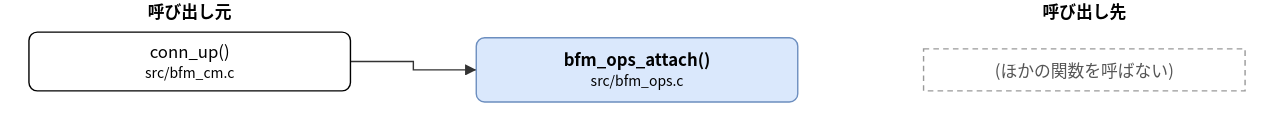
hf355051012-ai/bfmem keeps this draw.io diagram as doc/spec/images/call_src_bfm_ops-bfm_ops_attach.drawio.svg. Above is the earlier version. Source tidied: cells renumbered, new cells last; positions are measured from the earlier drawing's top-left corner, leaving out a move shared by most shapes. Its diagram source:
```xml
<mxGraphModel>
  <root>
    <mxCell id="0" />
    <mxCell id="1" parent="0" />
    <mxCell id="2" value="bfm_ops_attach()&lt;br&gt;&lt;font style=&quot;font-size:10px&quot;&gt;src/bfm_ops.c&lt;/font&gt;" style="rounded=1;whiteSpace=wrap;html=1;fillColor=#dae8fc;strokeColor=#6c8ebf;fontStyle=1;" parent="1" vertex="1">
      <mxGeometry x="320" y="27" width="230" height="46" as="geometry" />
    </mxCell>
    <mxCell id="3" value="conn_up()&lt;br&gt;&lt;font style=&quot;font-size:10px&quot;&gt;src/bfm_cm.c&lt;/font&gt;" style="rounded=1;whiteSpace=wrap;html=1;" parent="1" vertex="1">
      <mxGeometry y="23" width="230" height="42" as="geometry" />
    </mxCell>
    <mxCell id="4" value="(ほかの関数を呼ばない)" style="rounded=0;whiteSpace=wrap;html=1;dashed=1;strokeColor=#999999;fontColor=#555555;dashed=1;" parent="1" vertex="1">
      <mxGeometry x="640" y="35" width="230" height="30" as="geometry" />
    </mxCell>
    <mxCell id="5" style="edgeStyle=none;html=1;rounded=0;endArrow=block;endFill=1;exitX=1.0000;exitY=0.5000;exitDx=0;exitDy=0;exitPerimeter=0;entryX=0.0000;entryY=0.5000;entryDx=0;entryDy=0;entryPerimeter=0;" parent="1" edge="1" source="3" target="2">
      <mxGeometry relative="1" as="geometry">
        <Array as="points">
          <mxPoint x="275" y="44" />
          <mxPoint x="275" y="50" />
        </Array>
      </mxGeometry>
    </mxCell>
    <mxCell id="6" value="呼び出し元" style="text;html=1;align=center;fontStyle=1;" parent="1" vertex="1">
      <mxGeometry x="35" width="160" height="18" as="geometry" />
    </mxCell>
    <mxCell id="7" value="呼び出し先" style="text;html=1;align=center;fontStyle=1;" parent="1" vertex="1">
      <mxGeometry x="675" width="160" height="18" as="geometry" />
    </mxCell>
  </root>
</mxGraphModel>
```
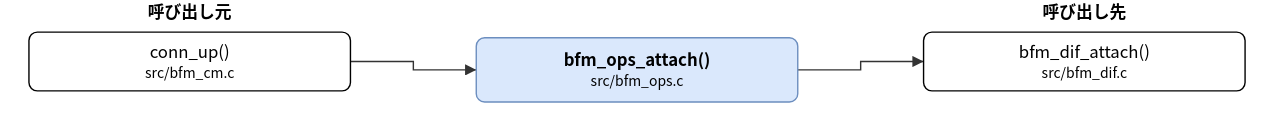
The same file after the commit.

Change to the diagram source:
```diff
@@ -8,8 +8,8 @@
     <mxCell id="3" value="conn_up()&lt;br&gt;&lt;font style=&quot;font-size:10px&quot;&gt;src/bfm_cm.c&lt;/font&gt;" style="rounded=1;whiteSpace=wrap;html=1;" parent="1" vertex="1">
       <mxGeometry y="23" width="230" height="42" as="geometry" />
     </mxCell>
-    <mxCell id="4" value="(ほかの関数を呼ばない)" style="rounded=0;whiteSpace=wrap;html=1;dashed=1;strokeColor=#999999;fontColor=#555555;dashed=1;" parent="1" vertex="1">
-      <mxGeometry x="640" y="35" width="230" height="30" as="geometry" />
+    <mxCell id="4" value="bfm_dif_attach()&lt;br&gt;&lt;font style=&quot;font-size:10px&quot;&gt;src/bfm_dif.c&lt;/font&gt;" style="rounded=1;whiteSpace=wrap;html=1;" parent="1" vertex="1">
+      <mxGeometry x="640" y="23" width="230" height="42" as="geometry" />
     </mxCell>
     <mxCell id="5" style="edgeStyle=none;html=1;rounded=0;endArrow=block;endFill=1;exitX=1.0000;exitY=0.5000;exitDx=0;exitDy=0;exitPerimeter=0;entryX=0.0000;entryY=0.5000;entryDx=0;entryDy=0;entryPerimeter=0;" parent="1" edge="1" source="3" target="2">
       <mxGeometry relative="1" as="geometry">
@@ -19,6 +19,14 @@
         </Array>
       </mxGeometry>
     </mxCell>
+    <mxCell id="8" style="edgeStyle=none;html=1;rounded=0;endArrow=block;endFill=1;exitX=1.0000;exitY=0.5000;exitDx=0;exitDy=0;exitPerimeter=0;entryX=0.0000;entryY=0.5000;entryDx=0;entryDy=0;entryPerimeter=0;" parent="1" edge="1" source="2" target="4">
+      <mxGeometry relative="1" as="geometry">
+        <Array as="points">
+          <mxPoint x="595" y="50" />
+          <mxPoint x="595" y="44" />
+        </Array>
+      </mxGeometry>
+    </mxCell>
     <mxCell id="6" value="呼び出し元" style="text;html=1;align=center;fontStyle=1;" parent="1" vertex="1">
       <mxGeometry x="35" width="160" height="18" as="geometry" />
     </mxCell>
```
